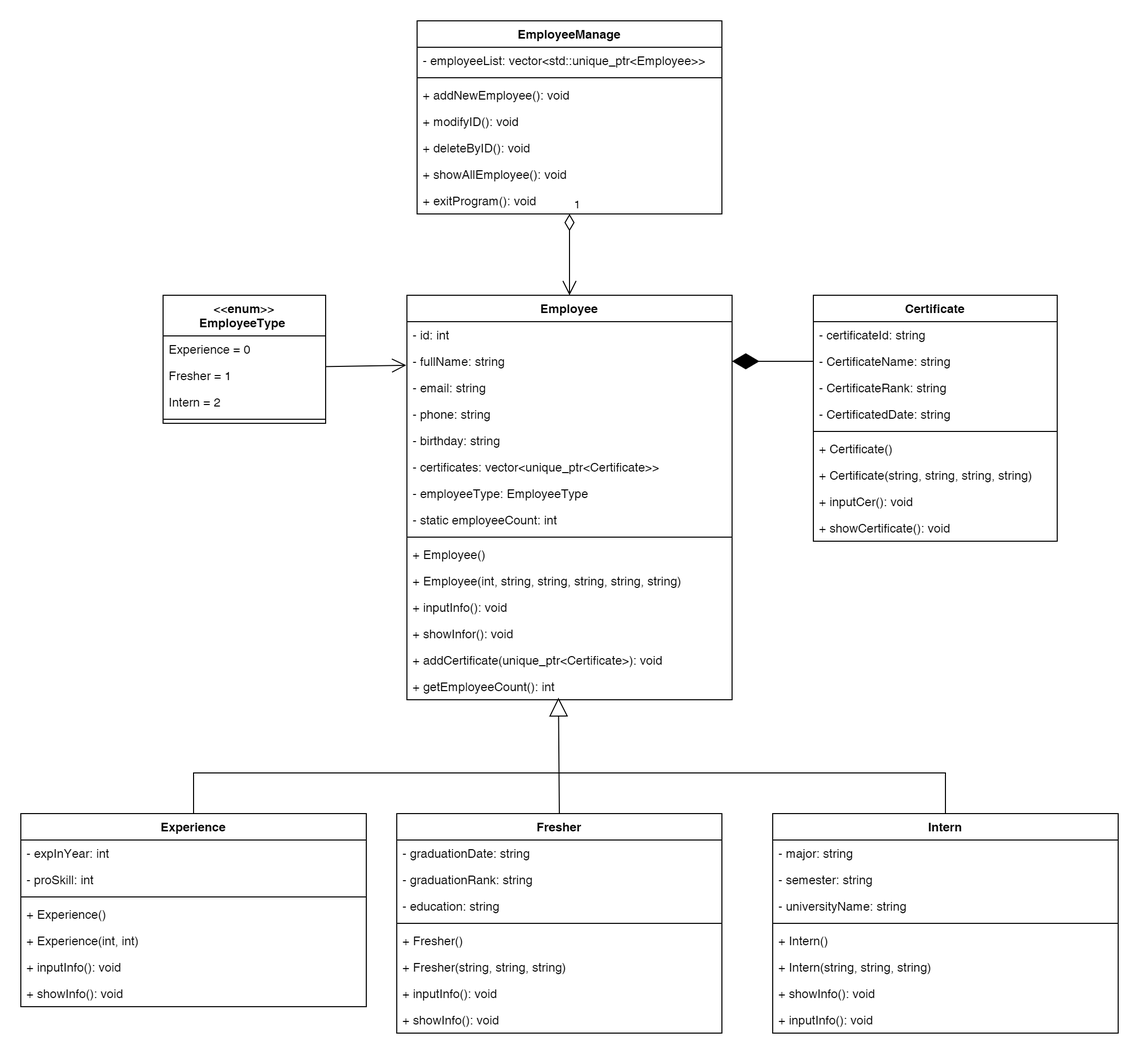
thanhetebkdn/object_orient_programming keeps this draw.io diagram as 13_Employee_Manage/img/class_diagram.png. Above is the earlier version. Source tidied: cells renumbered, new cells last; positions are measured from the earlier drawing's top-left corner, leaving out a move shared by most shapes.
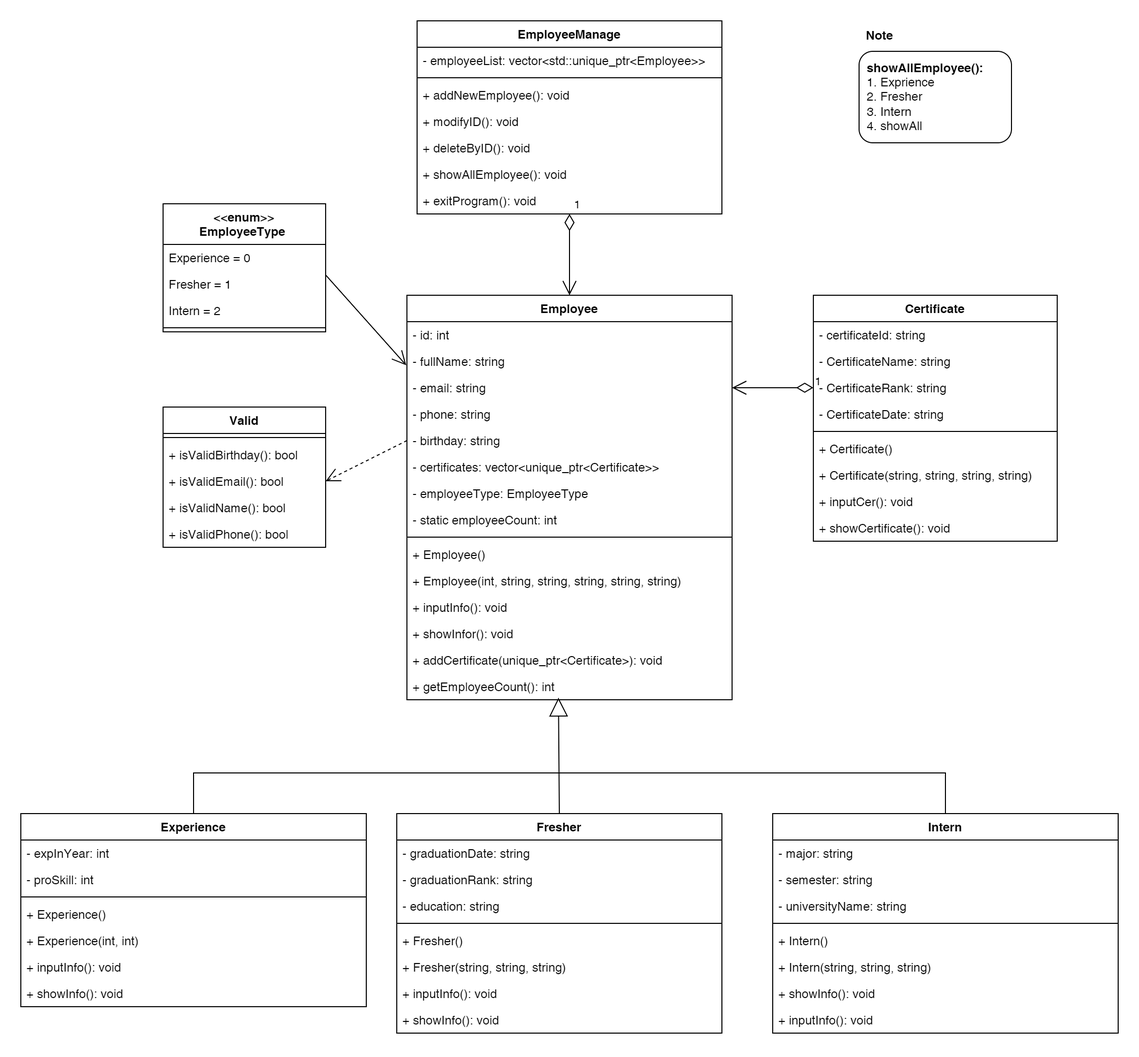
The same diagram one commit later.

Diff of the diagram source:
```diff
@@ -140,7 +140,7 @@
     <mxCell id="47" value="-&amp;nbsp;CertificateRank: string" style="text;strokeColor=none;fillColor=none;align=left;verticalAlign=top;spacingLeft=4;spacingRight=4;overflow=hidden;points=[[0,0.5],[1,0.5]];portConstraint=eastwest;whiteSpace=wrap;html=1;" parent="44" vertex="1">
       <mxGeometry y="78" width="240" height="26" as="geometry" />
     </mxCell>
-    <mxCell id="48" value="- CertificatedDate: string" style="text;strokeColor=none;fillColor=none;align=left;verticalAlign=top;spacingLeft=4;spacingRight=4;overflow=hidden;whiteSpace=wrap;html=1;" parent="44" vertex="1">
+    <mxCell id="48" value="- CertificateDate: string" style="text;strokeColor=none;fillColor=none;align=left;verticalAlign=top;spacingLeft=4;spacingRight=4;overflow=hidden;whiteSpace=wrap;html=1;" parent="44" vertex="1">
       <mxGeometry y="104" width="240" height="26" as="geometry" />
     </mxCell>
     <mxCell id="49" style="line;strokeWidth=1;fillColor=none;align=left;verticalAlign=middle;spacingTop=-1;spacingLeft=3;spacingRight=3;labelPosition=right;strokeColor=inherit;" parent="44" vertex="1">
@@ -169,11 +169,8 @@
         </Array>
       </mxGeometry>
     </mxCell>
-    <mxCell id="56" style="endArrow=diamondThin;endFill=1;endSize=24;html=1;rounded=0;entryX=1;entryY=0.5;entryDx=0;entryDy=0;exitX=0;exitY=0.5;exitDx=0;exitDy=0;" parent="1" edge="1" source="46" target="4">
-      <mxGeometry relative="1" as="geometry" />
-    </mxCell>
     <mxCell id="57" value="&amp;lt;&amp;lt;enum&amp;gt;&amp;gt;&lt;div&gt;EmployeeType&amp;nbsp;&lt;br&gt;&lt;/div&gt;" style="swimlane;fontStyle=1;align=center;verticalAlign=top;horizontal=1;startSize=40;whiteSpace=wrap;html=1;" parent="1" vertex="1">
-      <mxGeometry x="140" y="270" width="160" height="126" as="geometry" />
+      <mxGeometry x="140" y="180" width="160" height="126" as="geometry" />
     </mxCell>
     <mxCell id="58" value=" Experience = 0" style="text;strokeColor=none;fillColor=none;align=left;verticalAlign=top;spacingLeft=4;spacingRight=4;overflow=hidden;whiteSpace=wrap;html=1;" parent="57" vertex="1">
       <mxGeometry y="40" width="160" height="26" as="geometry" />
@@ -217,5 +214,37 @@
     <mxCell id="71" value="1" style="endArrow=open;html=1;endSize=12;startArrow=diamondThin;startSize=14;startFill=0;edgeStyle=orthogonalEdgeStyle;align=left;verticalAlign=bottom;rounded=0;entryX=0.5;entryY=0;entryDx=0;entryDy=0;exitX=0.5;exitY=1;exitDx=0;exitDy=0;exitPerimeter=0;" parent="1" edge="1" source="70" target="2">
       <mxGeometry x="-1" y="3" relative="1" as="geometry" />
     </mxCell>
+    <mxCell id="72" value="1" style="endArrow=open;html=1;endSize=12;startArrow=diamondThin;startSize=14;startFill=0;edgeStyle=orthogonalEdgeStyle;align=left;verticalAlign=bottom;rounded=0;exitX=0;exitY=0.5;exitDx=0;exitDy=0;" parent="1" edge="1" source="47">
+      <mxGeometry x="-1" y="3" relative="1" as="geometry">
+        <mxPoint x="700" y="361" as="targetPoint" />
+      </mxGeometry>
+    </mxCell>
+    <mxCell id="73" value="&lt;b&gt;showAllEmployee():&amp;nbsp;&lt;/b&gt;&lt;div&gt;1. Exprience&lt;/div&gt;&lt;div&gt;2. Fresher&lt;/div&gt;&lt;div&gt;3. Intern&lt;/div&gt;&lt;div&gt;4. showAll&lt;/div&gt;" style="text;html=1;align=left;verticalAlign=middle;strokeColor=default;fillColor=default;gradientColor=none;perimeterSpacing=0;rounded=1;spacingLeft=6;" parent="1" vertex="1">
+      <mxGeometry x="825" y="30" width="150" height="90" as="geometry" />
+    </mxCell>
+    <mxCell id="74" value="Valid" style="swimlane;fontStyle=1;align=center;verticalAlign=top;horizontal=1;startSize=26;whiteSpace=wrap;html=1;" parent="1" vertex="1">
+      <mxGeometry x="140" y="380" width="160" height="138" as="geometry" />
+    </mxCell>
+    <mxCell id="75" style="line;strokeWidth=1;fillColor=none;align=left;verticalAlign=middle;spacingTop=-1;spacingLeft=3;spacingRight=3;labelPosition=right;strokeColor=inherit;" parent="74" vertex="1">
+      <mxGeometry y="26" width="160" height="8" as="geometry" />
+    </mxCell>
+    <mxCell id="76" value="+&amp;nbsp;isValidBirthday(): bool" style="text;strokeColor=none;fillColor=none;align=left;verticalAlign=top;spacingLeft=4;spacingRight=4;overflow=hidden;whiteSpace=wrap;html=1;" parent="74" vertex="1">
+      <mxGeometry y="34" width="160" height="26" as="geometry" />
+    </mxCell>
+    <mxCell id="77" value="+&amp;nbsp;isValidEmail(): bool" style="text;strokeColor=none;fillColor=none;align=left;verticalAlign=top;spacingLeft=4;spacingRight=4;overflow=hidden;points=[[0,0.5],[1,0.5]];portConstraint=eastwest;whiteSpace=wrap;html=1;" parent="74" vertex="1">
+      <mxGeometry y="60" width="160" height="26" as="geometry" />
+    </mxCell>
+    <mxCell id="78" value="+&amp;nbsp;isValidName(): bool" style="text;strokeColor=none;fillColor=none;align=left;verticalAlign=top;spacingLeft=4;spacingRight=4;overflow=hidden;whiteSpace=wrap;html=1;" parent="74" vertex="1">
+      <mxGeometry y="86" width="160" height="26" as="geometry" />
+    </mxCell>
+    <mxCell id="79" value="+&amp;nbsp;isValidPhone(): bool" style="text;strokeColor=none;fillColor=none;align=left;verticalAlign=top;spacingLeft=4;spacingRight=4;overflow=hidden;whiteSpace=wrap;html=1;" parent="74" vertex="1">
+      <mxGeometry y="112" width="160" height="26" as="geometry" />
+    </mxCell>
+    <mxCell id="80" style="endArrow=open;endSize=12;dashed=1;html=1;rounded=0;exitX=0;exitY=0.5;exitDx=0;exitDy=0;entryX=1;entryY=0.5;entryDx=0;entryDy=0;" parent="1" edge="1" source="7" target="77">
+      <mxGeometry relative="1" as="geometry" />
+    </mxCell>
+    <mxCell id="81" value="&lt;b&gt;Note&lt;/b&gt;" style="text;html=1;align=center;verticalAlign=middle;strokeColor=none;fillColor=none;" parent="1" vertex="1">
+      <mxGeometry x="820" width="50" height="30" as="geometry" />
+    </mxCell>
   </root>
 </mxGraphModel>
```
